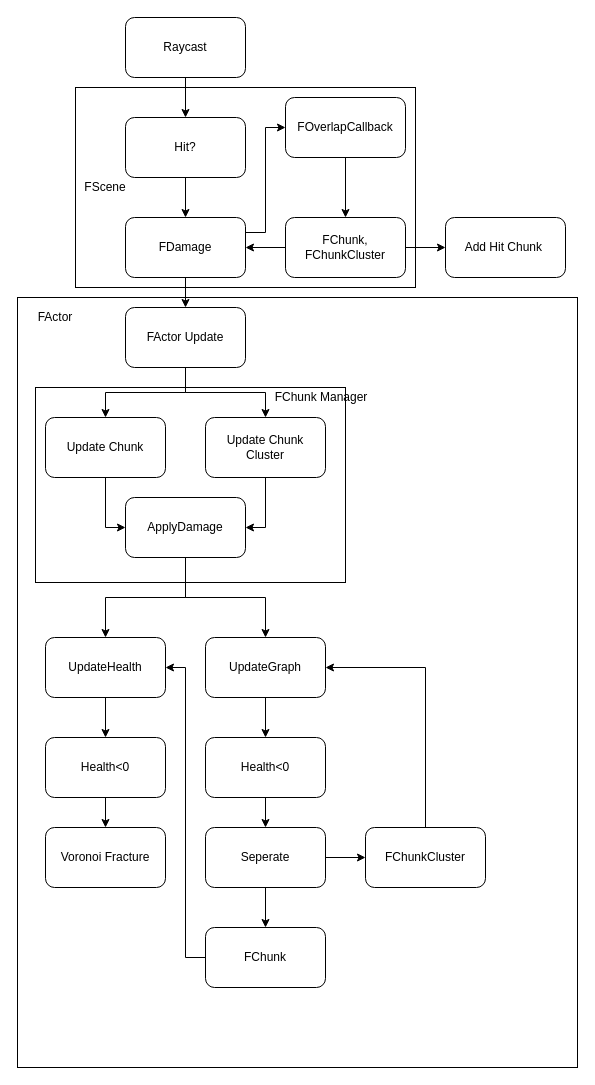
Above: Diagram.drawio in hgl-pong/MyDestruction (draw.io), before the change. Source tidied: cells renumbered, new cells numbered last; positions are measured from the earlier drawing's top-left corner, leaving out a move shared by most shapes. Both pictures are drawn from the tidied source at 100%, with x=0, y=0 at pixel (17, 17).
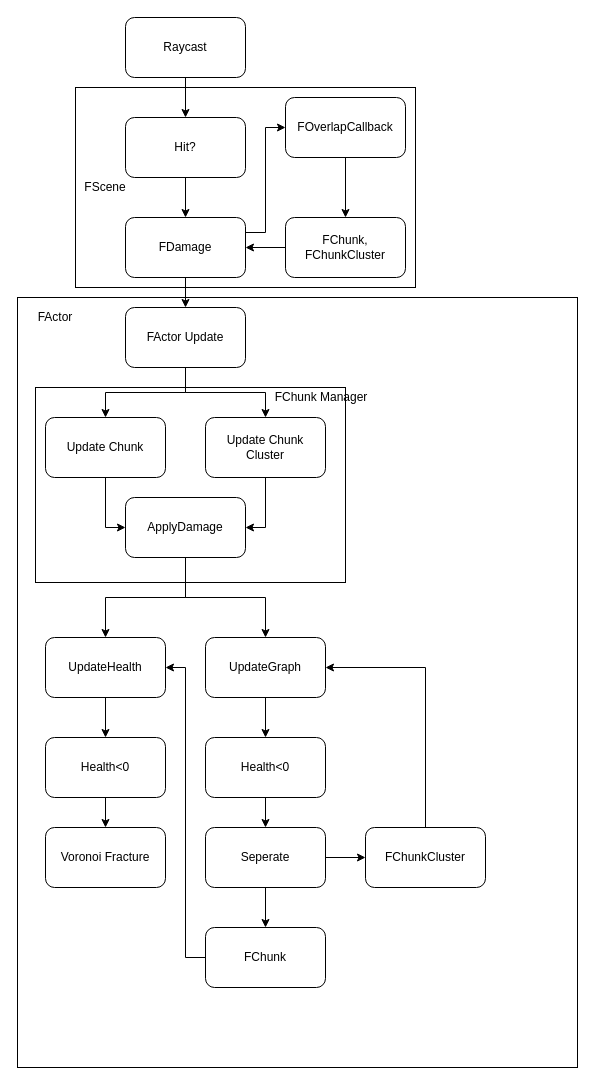
After the change.

The change refers to these unchanged cells:
```xml
<mxCell id="23" value="FChunk,&lt;br&gt;FChunkCluster" style="rounded=1;whiteSpace=wrap;html=1;" parent="1" vertex="1">
  <mxGeometry x="268" y="200" width="120" height="60" as="geometry" />
</mxCell>
```

The edit, as a diff of the source:
```diff
@@
-    <mxCell id="22" style="edgeStyle=orthogonalEdgeStyle;rounded=0;jettySize=auto;html=1;" parent="1" edge="1" source="23" target="24">
-      <mxGeometry relative="1" as="geometry" />
-    </mxCell>
@@
-    <mxCell id="24" value="Add Hit Chunk&amp;nbsp;" style="rounded=1;whiteSpace=wrap;html=1;" parent="1" vertex="1">
-      <mxGeometry x="428" y="200" width="120" height="60" as="geometry" />
-    </mxCell>
```
